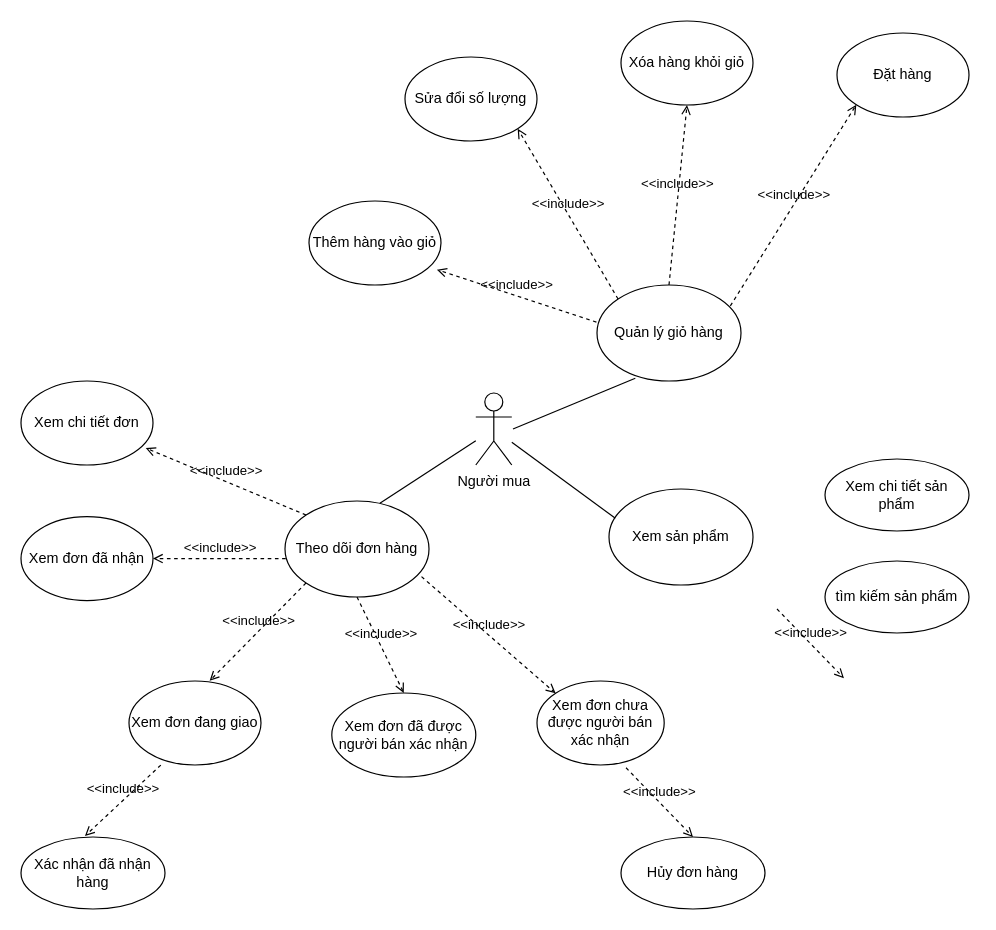
Before: UsecaeSeminarCustomer.drawio in NguyenQuocAn99/MyDiagram, a draw.io diagram. Source tidied: cells renumbered, new cells numbered last; positions are measured from the earlier drawing's top-left corner, leaving out a move shared by most shapes. Both pictures are drawn from the tidied source at 120%, with x=0, y=0 at pixel (20, 20).
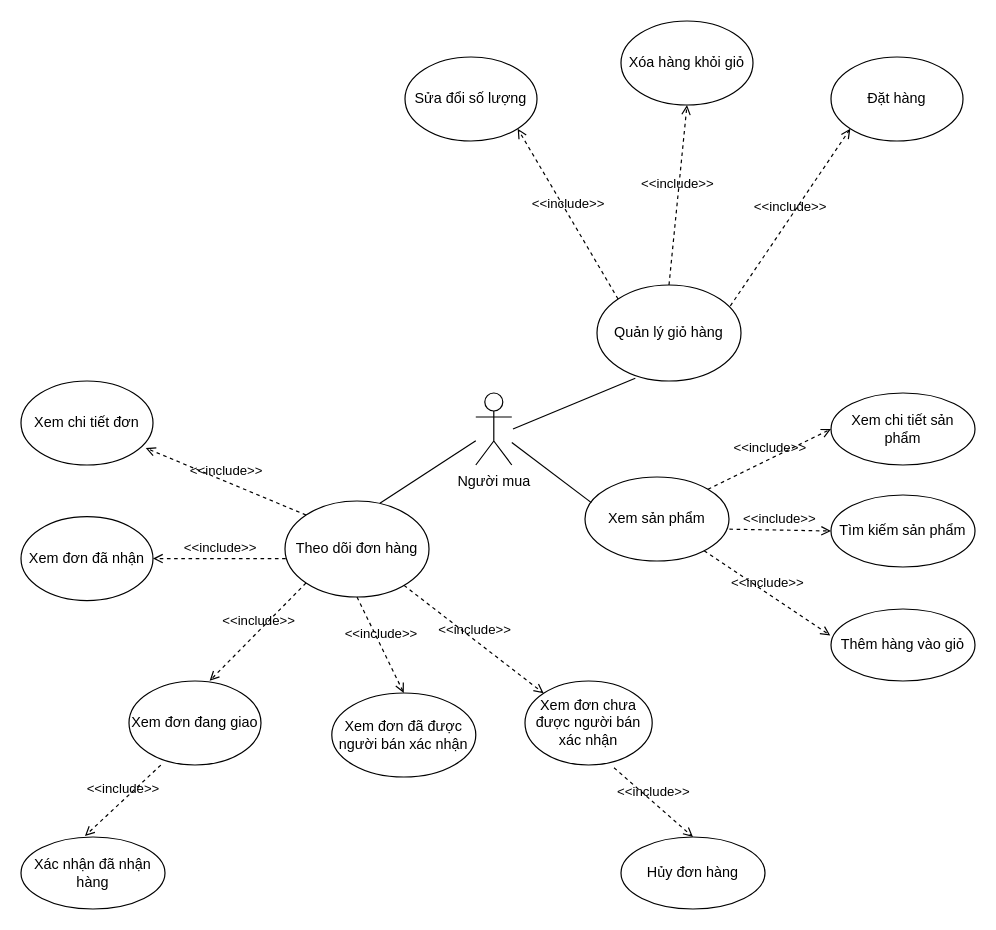
Above is the later version.

Unchanged cells that the change refers to:
```xml
<mxCell id="3" value="Theo dõi đơn hàng" style="ellipse;whiteSpace=wrap;html=1;" parent="1" vertex="1">
  <mxGeometry x="220" y="400" width="120" height="80" as="geometry" />
</mxCell>
<mxCell id="4" value="Quản lý giỏ hàng" style="ellipse;whiteSpace=wrap;html=1;" parent="1" vertex="1">
  <mxGeometry x="480" y="220" width="120" height="80" as="geometry" />
</mxCell>
```

Diff of the diagram source:
```diff
@@
     <mxCell id="15" value="Xem đơn chưa được người bán xác nhận" style="ellipse;whiteSpace=wrap;html=1;" parent="1" vertex="1">
-      <mxGeometry x="430" y="550" width="106" height="70" as="geometry" />
+      <mxGeometry x="420" y="550" width="106" height="70" as="geometry" />
     </mxCell>
-    <mxCell id="16" value="&amp;lt;&amp;lt;include&amp;gt;&amp;gt;" style="html=1;verticalAlign=bottom;labelBackgroundColor=none;endArrow=open;endFill=0;dashed=1;exitX=0.948;exitY=0.788;exitDx=0;exitDy=0;entryX=0;entryY=0;entryDx=0;entryDy=0;exitPerimeter=0;" parent="1" edge="1" source="3" target="15">
+    <mxCell id="16" value="&amp;lt;&amp;lt;include&amp;gt;&amp;gt;" style="html=1;verticalAlign=bottom;labelBackgroundColor=none;endArrow=open;endFill=0;dashed=1;entryX=0;entryY=0;entryDx=0;entryDy=0;" parent="1" edge="1" source="3" target="15">
       <mxGeometry relative="1" as="geometry" />
     </mxCell>
@@
     <mxCell id="21" value="Thêm hàng vào giỏ" style="ellipse;whiteSpace=wrap;html=1;" parent="1" vertex="1">
-      <mxGeometry x="240" y="150" width="110" height="70" as="geometry" />
+      <mxGeometry x="675" y="490" width="120" height="60" as="geometry" />
     </mxCell>
-    <mxCell id="22" value="&amp;lt;&amp;lt;include&amp;gt;&amp;gt;" style="html=1;verticalAlign=bottom;labelBackgroundColor=none;endArrow=open;endFill=0;dashed=1;exitX=-0.004;exitY=0.387;exitDx=0;exitDy=0;exitPerimeter=0;entryX=0.969;entryY=0.817;entryDx=0;entryDy=0;entryPerimeter=0;" parent="1" edge="1" source="4" target="21">
+    <mxCell id="22" value="&amp;lt;&amp;lt;include&amp;gt;&amp;gt;" style="html=1;verticalAlign=bottom;labelBackgroundColor=none;endArrow=open;endFill=0;dashed=1;entryX=-0.005;entryY=0.368;entryDx=0;entryDy=0;entryPerimeter=0;" parent="1" edge="1" source="29" target="21">
       <mxGeometry relative="1" as="geometry" />
     </mxCell>
@@
     <mxCell id="25" value="Đặt hàng" style="ellipse;whiteSpace=wrap;html=1;" parent="1" vertex="1">
-      <mxGeometry x="680" y="10" width="110" height="70" as="geometry" />
+      <mxGeometry x="675" y="30" width="110" height="70" as="geometry" />
     </mxCell>
@@
     <mxCell id="29" value="Xem sản phẩm" style="ellipse;whiteSpace=wrap;html=1;" parent="1" vertex="1">
-      <mxGeometry x="490" y="390" width="120" height="80" as="geometry" />
+      <mxGeometry x="470" y="380" width="120" height="70" as="geometry" />
     </mxCell>
@@
     <mxCell id="31" value="Xem chi tiết sản phẩm" style="ellipse;whiteSpace=wrap;html=1;" parent="1" vertex="1">
-      <mxGeometry x="670" y="365" width="120" height="60" as="geometry" />
+      <mxGeometry x="675" y="310" width="120" height="60" as="geometry" />
     </mxCell>
-    <mxCell id="32" value="tìm kiếm sản phẩm" style="ellipse;whiteSpace=wrap;html=1;" parent="1" vertex="1">
-      <mxGeometry x="670" y="450" width="120" height="60" as="geometry" />
+    <mxCell id="32" value="Tìm kiếm sản phẩm" style="ellipse;whiteSpace=wrap;html=1;" parent="1" vertex="1">
+      <mxGeometry x="675" y="395" width="120" height="60" as="geometry" />
     </mxCell>
-    <mxCell id="33" value="&amp;lt;&amp;lt;include&amp;gt;&amp;gt;" style="html=1;verticalAlign=bottom;labelBackgroundColor=none;endArrow=open;endFill=0;dashed=1;exitX=0.7;exitY=1.033;exitDx=0;exitDy=0;entryX=0.5;entryY=0;entryDx=0;entryDy=0;exitPerimeter=0;" parent="1" edge="1">
-      <mxGeometry relative="1" as="geometry">
-        <mxPoint x="630" y="490" as="sourcePoint" />
-        <mxPoint x="685.8" y="547.7" as="targetPoint" />
-      </mxGeometry>
+    <mxCell id="33" value="&amp;lt;&amp;lt;include&amp;gt;&amp;gt;" style="html=1;verticalAlign=bottom;labelBackgroundColor=none;endArrow=open;endFill=0;dashed=1;entryX=0;entryY=0.5;entryDx=0;entryDy=0;exitX=1.003;exitY=0.621;exitDx=0;exitDy=0;exitPerimeter=0;" parent="1" edge="1" source="29" target="32">
+      <mxGeometry relative="1" as="geometry" />
     </mxCell>
+    <mxCell id="34" value="&amp;lt;&amp;lt;include&amp;gt;&amp;gt;" style="html=1;verticalAlign=bottom;labelBackgroundColor=none;endArrow=open;endFill=0;dashed=1;exitX=1;exitY=0;exitDx=0;exitDy=0;entryX=0;entryY=0.5;entryDx=0;entryDy=0;" parent="1" edge="1" source="29" target="31">
+      <mxGeometry relative="1" as="geometry" />
+    </mxCell>
```
